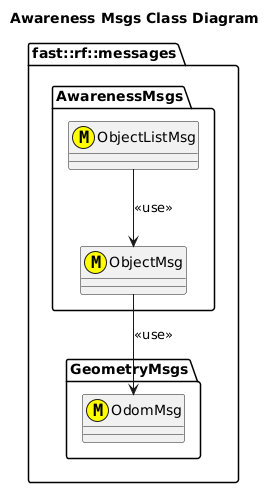
Before: msgs/AwarenessMsgs/doc/puml/AwarenessMessagesClassDiagram.png, a diagram exported from PlantUML (fastrobotics/robot_framework).
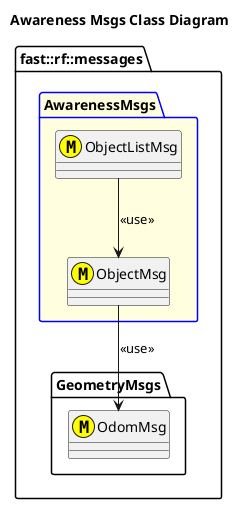
The same file after the commit.

Change to the diagram source:
```diff
@@ -5,7 +5,7 @@
   namespace GeometryMsgs {
     class OdomMsg <<(M,#FFFF00) >>
   }
-  namespace AwarenessMsgs {
+  package AwarenessMsgs #LightYellow;line:blue  {
 
     class ObjectMsg <<(M,#FFFF00) >> {
 
```
